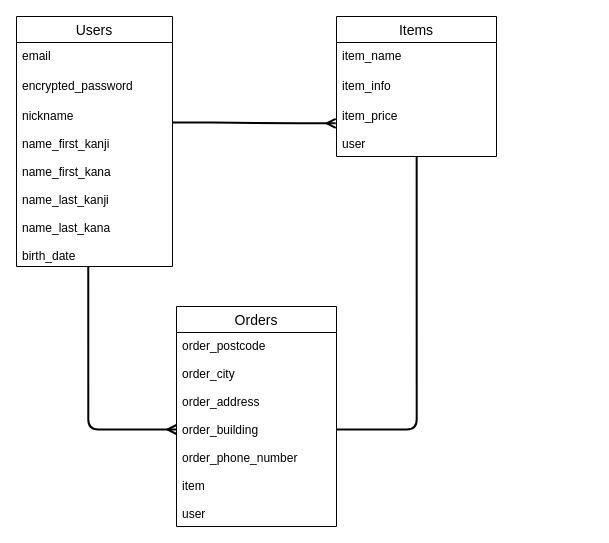
Rui-Tanizaki/furima-40276 keeps this draw.io diagram as page "ページ1" (1 of 2) of furima.dio. Above is the earlier version. Source tidied: cells renumbered, new cells numbered last; positions are measured from the earlier drawing's top-left corner, leaving out a move shared by most shapes. Both pictures are drawn from the tidied source at 100%, with x=0, y=0 at pixel (16, 16).
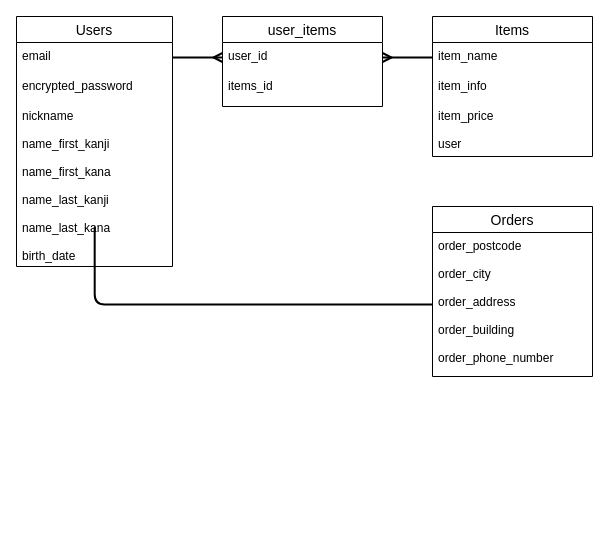
The same page after the edit.

Commit message (it also covers changes not shown here):
中間テーブルの追加、伴う修正

The edit, as a diff of the source:
```diff
@@
 <mxGraphModel>
   <root>
     <mxCell id="0" />
     <mxCell id="1" parent="0" />
     <mxCell id="2" value="Items" style="swimlane;fontStyle=0;horizontal=1;startSize=26;align=center;fontSize=14;strokeColor=default;" parent="1" vertex="1">
-      <mxGeometry x="320" width="160" height="140" as="geometry" />
+      <mxGeometry x="416" width="160" height="140" as="geometry" />
     </mxCell>
     <mxCell id="3" value="item_name" style="text;strokeColor=none;fillColor=none;spacingLeft=4;spacingRight=4;overflow=hidden;points=[[0,0.5],[1,0.5]];portConstraint=eastwest;fontSize=12;dashed=1;dashPattern=1 2;" parent="2" vertex="1">
       <mxGeometry y="26" width="160" height="30" as="geometry" />
     </mxCell>
     <mxCell id="4" value="item_info" style="text;strokeColor=none;fillColor=none;spacingLeft=4;spacingRight=4;overflow=hidden;fontSize=12;dashed=1;dashPattern=1 2;" parent="2" vertex="1">
       <mxGeometry y="56" width="160" height="30" as="geometry" />
     </mxCell>
     <mxCell id="5" value="item_price&#10;&#10;user" style="text;strokeColor=none;fillColor=none;spacingLeft=4;spacingRight=4;overflow=hidden;points=[[0,0.5],[1,0.5]];portConstraint=eastwest;fontSize=12;dashed=1;dashPattern=1 2;" parent="2" vertex="1">
       <mxGeometry y="86" width="160" height="54" as="geometry" />
     </mxCell>
     <mxCell id="6" value="Users" style="swimlane;fontStyle=0;horizontal=1;startSize=26;align=center;fontSize=14;strokeColor=default;" parent="1" vertex="1">
       <mxGeometry width="156" height="250" as="geometry" />
     </mxCell>
     <mxCell id="7" value="email" style="text;strokeColor=none;fillColor=none;spacingLeft=4;spacingRight=4;overflow=hidden;points=[[0,0.5],[1,0.5]];portConstraint=eastwest;fontSize=12;dashed=1;dashPattern=1 2;" parent="6" vertex="1">
       <mxGeometry y="26" width="156" height="30" as="geometry" />
     </mxCell>
     <mxCell id="8" value="encrypted_password" style="text;strokeColor=none;fillColor=none;spacingLeft=4;spacingRight=4;overflow=hidden;fontSize=12;dashed=1;dashPattern=1 2;" parent="6" vertex="1">
       <mxGeometry y="56" width="156" height="30" as="geometry" />
     </mxCell>
     <mxCell id="9" value="nickname&#10;&#10;name_first_kanji&#10;&#10;name_first_kana&#10;&#10;name_last_kanji&#10;&#10;name_last_kana&#10;&#10;birth_date" style="text;strokeColor=none;fillColor=none;spacingLeft=4;spacingRight=4;overflow=hidden;points=[[0,0.5],[1,0.5]];portConstraint=eastwest;fontSize=12;dashed=1;dashPattern=1 2;" parent="6" vertex="1">
       <mxGeometry y="86" width="156" height="164" as="geometry" />
     </mxCell>
+    <mxCell id="15" style="edgeStyle=none;html=1;startArrow=none;startFill=0;endArrow=none;endFill=0;startSize=6;sourcePerimeterSpacing=7;" parent="1" edge="1">
+      <mxGeometry relative="1" as="geometry">
+        <mxPoint x="76" y="340" as="sourcePoint" />
+        <mxPoint x="76" y="340" as="targetPoint" />
+      </mxGeometry>
+    </mxCell>
     <mxCell id="10" value="Orders" style="swimlane;fontStyle=0;horizontal=1;startSize=26;align=center;fontSize=14;" parent="1" vertex="1">
-      <mxGeometry x="160" y="290" width="160" height="220" as="geometry" />
+      <mxGeometry x="416" y="190" width="160" height="170" as="geometry" />
     </mxCell>
-    <mxCell id="11" value="order_postcode&#10;&#10;order_city&#10;&#10;order_address&#10;&#10;order_building&#10;&#10;order_phone_number&#10;&#10;item&#10;&#10;user" style="text;strokeColor=none;fillColor=none;spacingLeft=4;spacingRight=4;overflow=hidden;points=[[0,0.5],[1,0.5]];portConstraint=eastwest;fontSize=12;" parent="10" vertex="1">
-      <mxGeometry y="26" width="160" height="194" as="geometry" />
+    <mxCell id="11" value="order_postcode&#10;&#10;order_city&#10;&#10;order_address&#10;&#10;order_building&#10;&#10;order_phone_number" style="text;strokeColor=none;fillColor=none;spacingLeft=4;spacingRight=4;overflow=hidden;points=[[0,0.5],[1,0.5]];portConstraint=eastwest;fontSize=12;" parent="10" vertex="1">
+      <mxGeometry y="26" width="160" height="144" as="geometry" />
     </mxCell>
-    <mxCell id="12" style="edgeStyle=entityRelationEdgeStyle;fontSize=12;html=1;endArrow=ERmany;strokeWidth=2;endFill=0;sourcePerimeterSpacing=6;targetPerimeterSpacing=7;rounded=1;exitX=0.999;exitY=0.122;exitDx=0;exitDy=0;exitPerimeter=0;entryX=-0.005;entryY=0.385;entryDx=0;entryDy=0;entryPerimeter=0;" parent="1" edge="1" source="9" target="5">
-      <mxGeometry relative="1" as="geometry" />
-    </mxCell>
-    <mxCell id="13" style="edgeStyle=orthogonalEdgeStyle;fontSize=12;html=1;endArrow=ERmany;rounded=1;strokeWidth=2;sourcePerimeterSpacing=6;targetPerimeterSpacing=7;exitX=0.46;exitY=1.003;exitDx=0;exitDy=0;exitPerimeter=0;entryX=0;entryY=0.5;entryDx=0;entryDy=0;" parent="1" edge="1" source="9" target="11">
-      <mxGeometry relative="1" as="geometry">
-        <Array as="points">
-          <mxPoint x="72" y="413" />
-        </Array>
-      </mxGeometry>
-    </mxCell>
-    <mxCell id="14" style="edgeStyle=orthogonalEdgeStyle;fontSize=12;html=1;endArrow=none;startArrow=none;rounded=1;strokeWidth=2;sourcePerimeterSpacing=7;targetPerimeterSpacing=7;entryX=0.501;entryY=1.006;entryDx=0;entryDy=0;entryPerimeter=0;startFill=0;startSize=6;endFill=0;exitX=1;exitY=0.5;exitDx=0;exitDy=0;" parent="1" edge="1" source="11" target="5">
-      <mxGeometry relative="1" as="geometry">
-        <Array as="points">
-          <mxPoint x="400" y="413" />
-        </Array>
-      </mxGeometry>
-    </mxCell>
+    <mxCell id="16" style="edgeStyle=none;html=1;entryX=1;entryY=0.5;entryDx=0;entryDy=0;strokeWidth=2;startArrow=ERmany;startFill=0;endArrow=none;endFill=0;startSize=6;sourcePerimeterSpacing=7;exitX=0;exitY=0.5;exitDx=0;exitDy=0;" parent="1" edge="1" source="18" target="7">
+      <mxGeometry relative="1" as="geometry" />
+    </mxCell>
+    <mxCell id="17" value="user_items" style="swimlane;fontStyle=0;horizontal=1;startSize=26;align=center;fontSize=14;" parent="1" vertex="1">
+      <mxGeometry x="206" width="160" height="90" as="geometry" />
+    </mxCell>
+    <mxCell id="18" value="user_id" style="text;strokeColor=none;fillColor=none;spacingLeft=4;spacingRight=4;overflow=hidden;points=[[0,0.5],[1,0.5]];portConstraint=eastwest;fontSize=12;" parent="17" vertex="1">
+      <mxGeometry y="26" width="160" height="30" as="geometry" />
+    </mxCell>
+    <mxCell id="19" value="items_id" style="text;strokeColor=none;fillColor=none;spacingLeft=4;spacingRight=4;overflow=hidden;fontSize=12;" parent="17" vertex="1">
+      <mxGeometry y="56" width="160" height="34" as="geometry" />
+    </mxCell>
+    <mxCell id="20" style="edgeStyle=none;html=1;entryX=1;entryY=0.5;entryDx=0;entryDy=0;strokeWidth=2;startArrow=none;startFill=0;endArrow=ERmany;endFill=0;startSize=6;sourcePerimeterSpacing=7;exitX=0;exitY=0.5;exitDx=0;exitDy=0;" parent="1" edge="1" source="3" target="18">
+      <mxGeometry relative="1" as="geometry" />
+    </mxCell>
+    <mxCell id="21" style="edgeStyle=orthogonalEdgeStyle;html=1;strokeWidth=2;startArrow=none;startFill=0;endArrow=none;endFill=0;startSize=6;sourcePerimeterSpacing=7;entryX=0.501;entryY=1.002;entryDx=0;entryDy=0;entryPerimeter=0;exitX=0;exitY=0.5;exitDx=0;exitDy=0;" parent="1" edge="1" source="11" target="9">
+      <mxGeometry relative="1" as="geometry" />
+    </mxCell>
   </root>
 </mxGraphModel>
```
